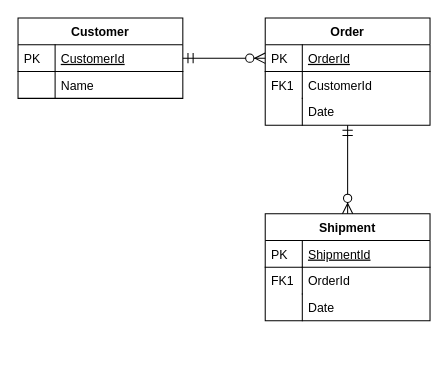
The draw.io diagram Untitled Diagram.drawio in jalapatas/BFH, before the edit. Source tidied: cells renumbered, new cells numbered last; positions are measured from the earlier drawing's top-left corner, leaving out a move shared by most shapes. Both pictures are drawn from the tidied source at 103%, with x=0, y=0 at pixel (18, 18).
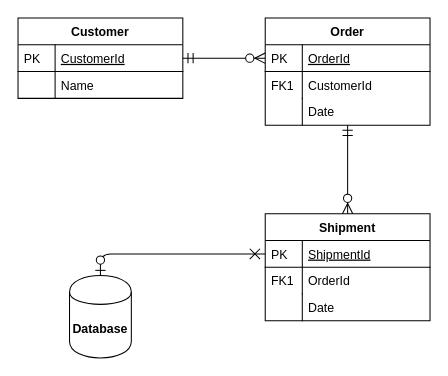
The same diagram, later.

The change refers to these unchanged cells:
```xml
<mxCell id="16" value="ShipmentId" style="shape=partialRectangle;top=0;left=0;right=0;bottom=1;align=left;verticalAlign=top;fillColor=none;spacingLeft=40;spacingRight=4;overflow=hidden;points=[[0,0.5],[1,0.5]];portConstraint=eastwest;rounded=0;shadow=0;strokeWidth=1;fontStyle=4;" parent="15" vertex="1">
  <mxGeometry y="26" width="160" height="26" as="geometry" />
</mxCell>
```

Change to the diagram source:
```diff
@@
+    <mxCell id="23" value="&lt;b&gt;Database&lt;/b&gt;" style="shape=cylinder;whiteSpace=wrap;html=1;boundedLbl=1;backgroundOutline=1;" parent="1" vertex="1">
+      <mxGeometry x="50" y="250" width="60" height="80" as="geometry" />
+    </mxCell>
+    <mxCell id="24" style="endArrow=cross;startArrow=ERzeroToOne;shadow=0;strokeWidth=1;endSize=8;startSize=8;exitX=0.5;exitY=0;exitDx=0;exitDy=0;entryX=0;entryY=0.5;entryDx=0;entryDy=0;elbow=vertical;edgeStyle=orthogonalEdgeStyle;startFill=1;endFill=0;" parent="1" edge="1" source="23" target="16">
+      <mxGeometry relative="1" as="geometry" />
+    </mxCell>
```
